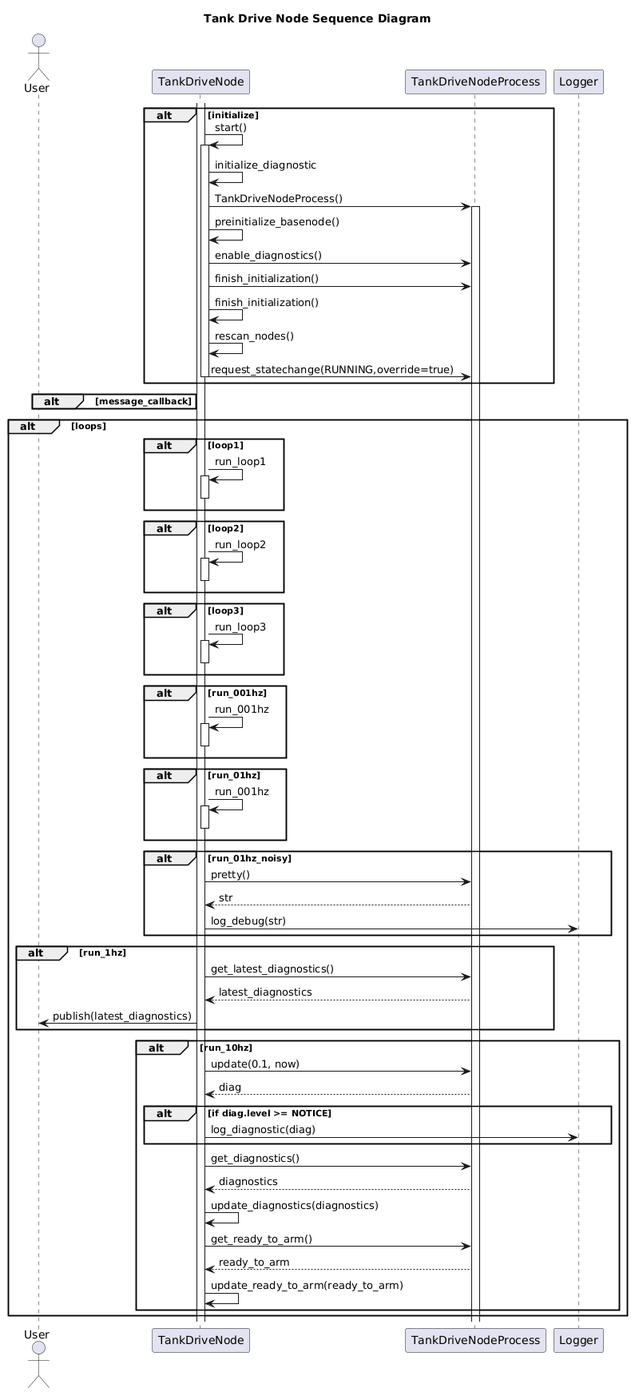
Before: nodes/TankDriveNode/doc/output/TankDriveNodeSequenceDiagram.png, a diagram exported from PlantUML (fastrobotics/crawler_app). Its diagram source:
```plantuml
@startuml
title Tank Drive Node Sequence Diagram
actor User as user
participant TankDriveNode as node
participant TankDriveNodeProcess as process
participant Logger as logger

alt initialize
    activate node
    node -> node++: start()
    node -> node: initialize_diagnostic
    node -> process++: TankDriveNodeProcess()
    node -> node: preinitialize_basenode()
    node -> process: enable_diagnostics()
    node -> process: finish_initialization()
    node -> node: finish_initialization()
    node -> node: rescan_nodes()
    node -> process: request_statechange(RUNNING,override=true)
    node--
end

alt message_callback
end

alt loops
    alt loop1
        node -> node++: run_loop1
        node--
    end
    alt loop2
        node -> node++: run_loop2
        node--
    end
    alt loop3
        node -> node++: run_loop3
        node--
    end
    alt run_001hz
        node -> node++: run_001hz
        node--
    end
    alt run_01hz
        node -> node++: run_001hz
        node--
    end
    alt run_01hz_noisy
        node -> process: pretty()
        process --> node: str
        node -> logger: log_debug(str)
    end
    alt run_1hz
        node -> process: get_latest_diagnostics()
        process --> node: latest_diagnostics
        node -> user: publish(latest_diagnostics)
    end
    alt run_10hz
        node -> process: update(0.1, now)
        process --> node: diag
        alt if diag.level >= NOTICE
            node -> logger: log_diagnostic(diag)
        end
        node -> process: get_diagnostics()
        process --> node: diagnostics
        node -> node: update_diagnostics(diagnostics)
        node -> process: get_ready_to_arm()
        process --> node: ready_to_arm
        node -> node: update_ready_to_arm(ready_to_arm)

    end
end
@enduml
```
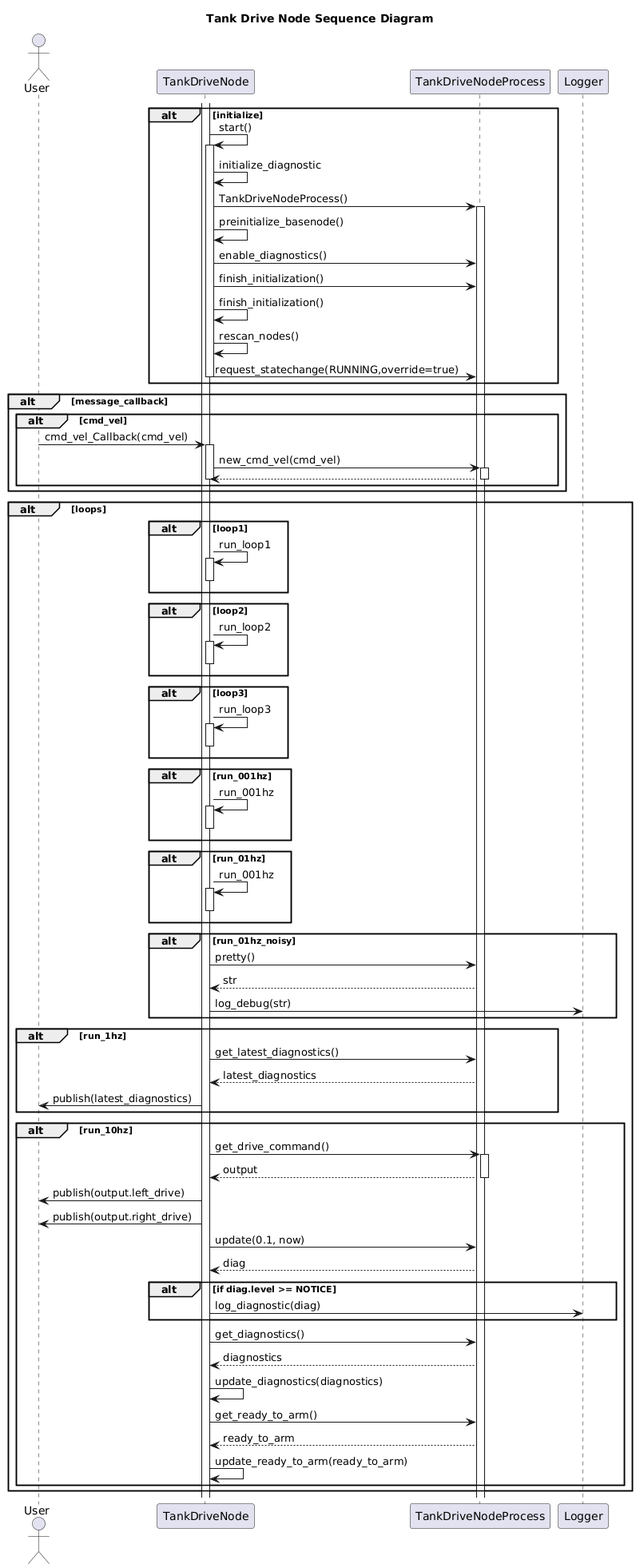
Later version of the same file.

The edit, as a diff of the source:
```diff
@@ -20,6 +20,13 @@
 end
 
 alt message_callback
+alt cmd_vel
+    user -> node++: cmd_vel_Callback(cmd_vel)
+    node -> process++: new_cmd_vel(cmd_vel)
+    process --> node--
+    node--
+
+end
 end
 
 alt loops
@@ -54,6 +61,10 @@
         node -> user: publish(latest_diagnostics)
     end
     alt run_10hz
+        node -> process++: get_drive_command()
+        process --> node--: output
+        node -> user: publish(output.left_drive)
+        node -> user: publish(output.right_drive)
         node -> process: update(0.1, now)
         process --> node: diag
         alt if diag.level >= NOTICE
```
